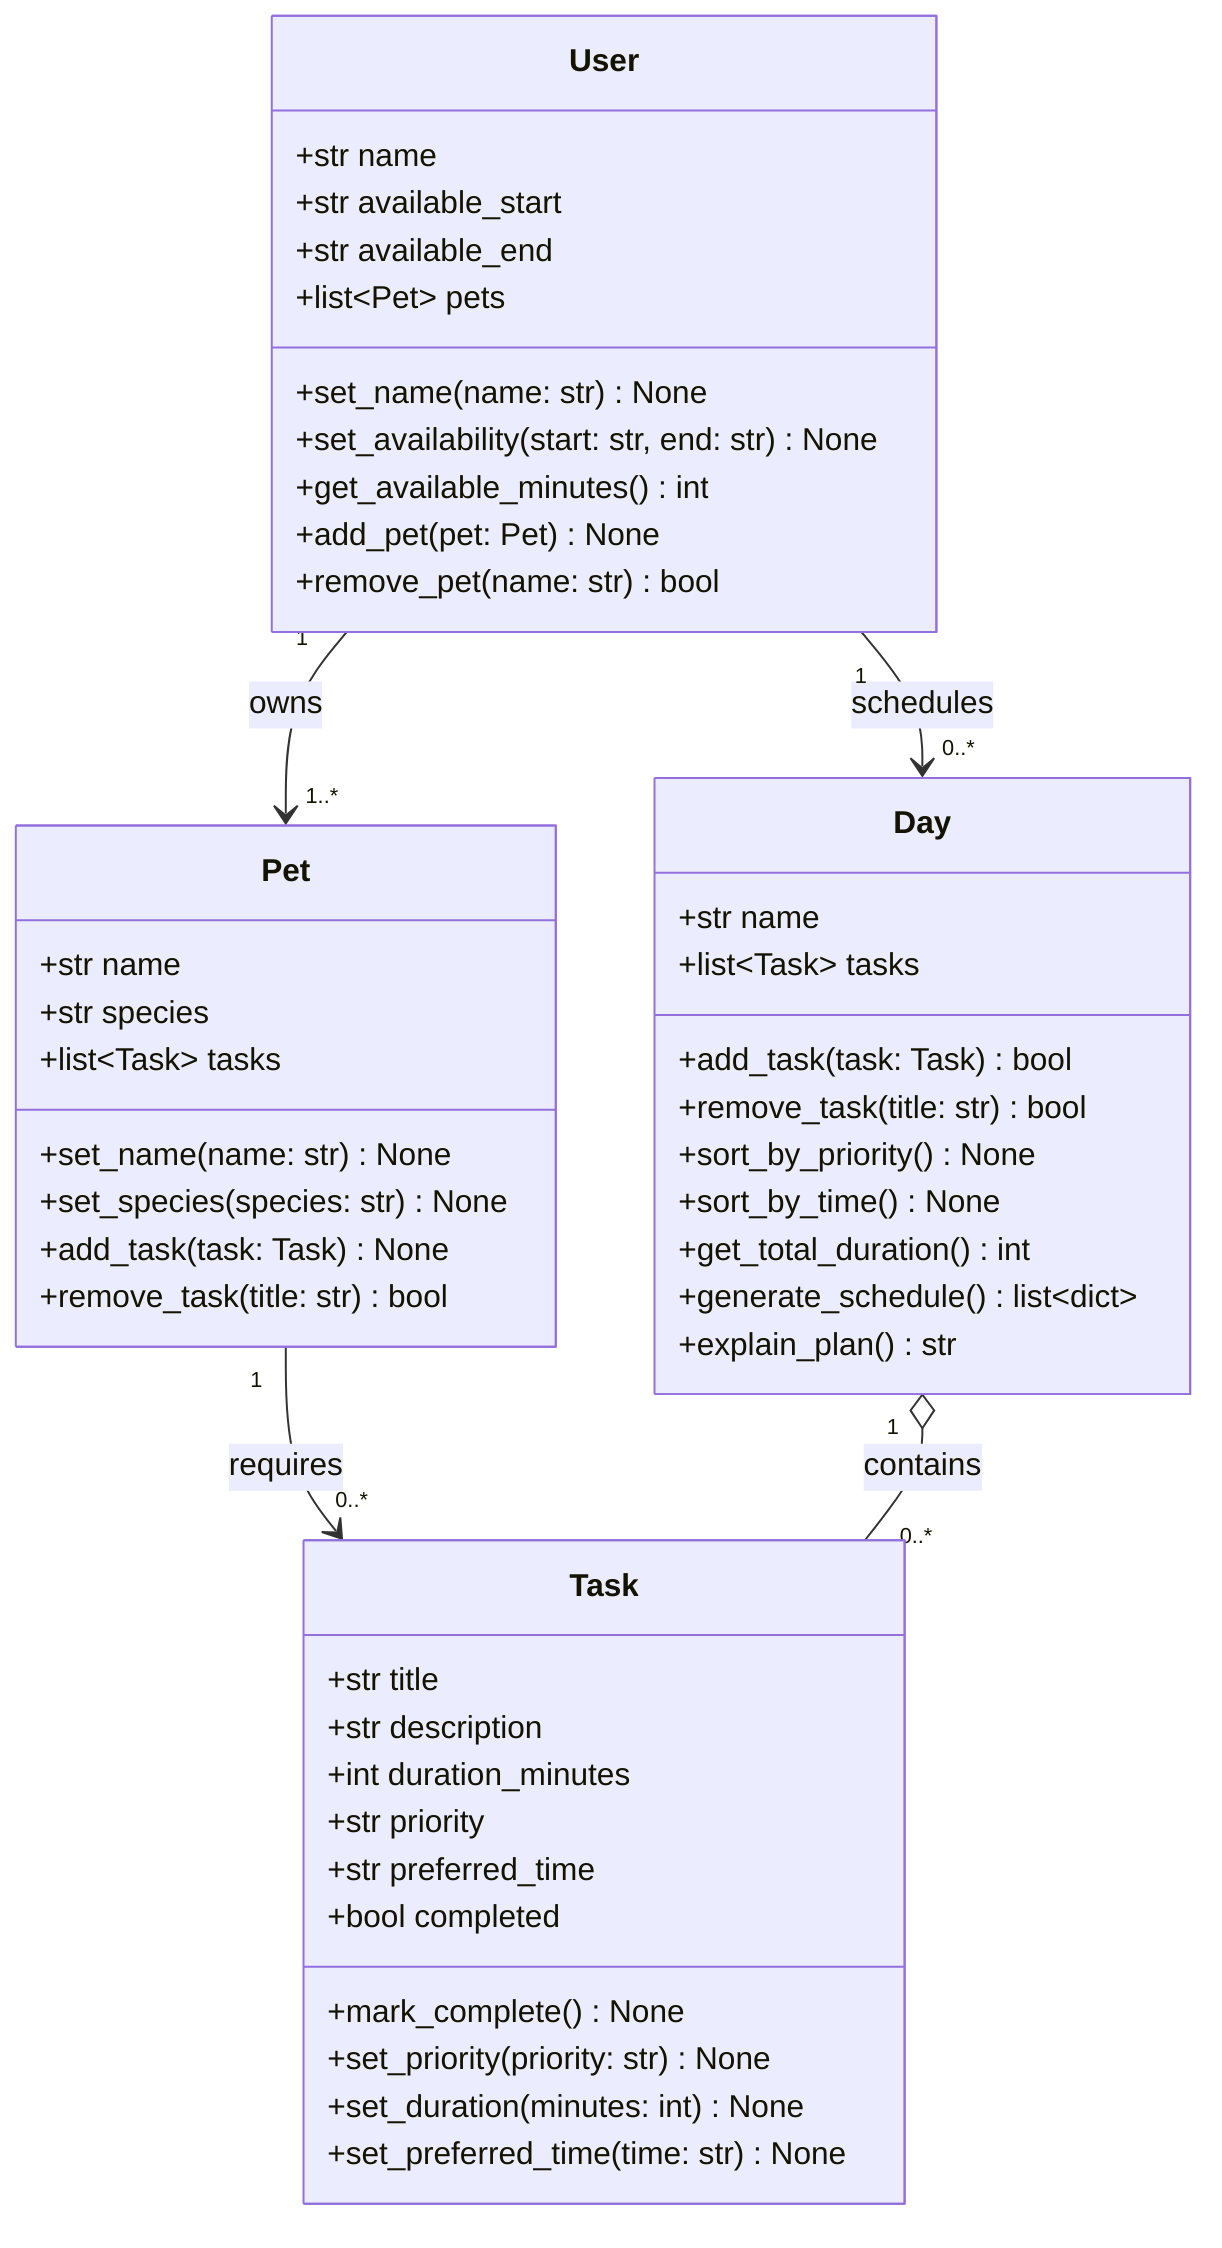
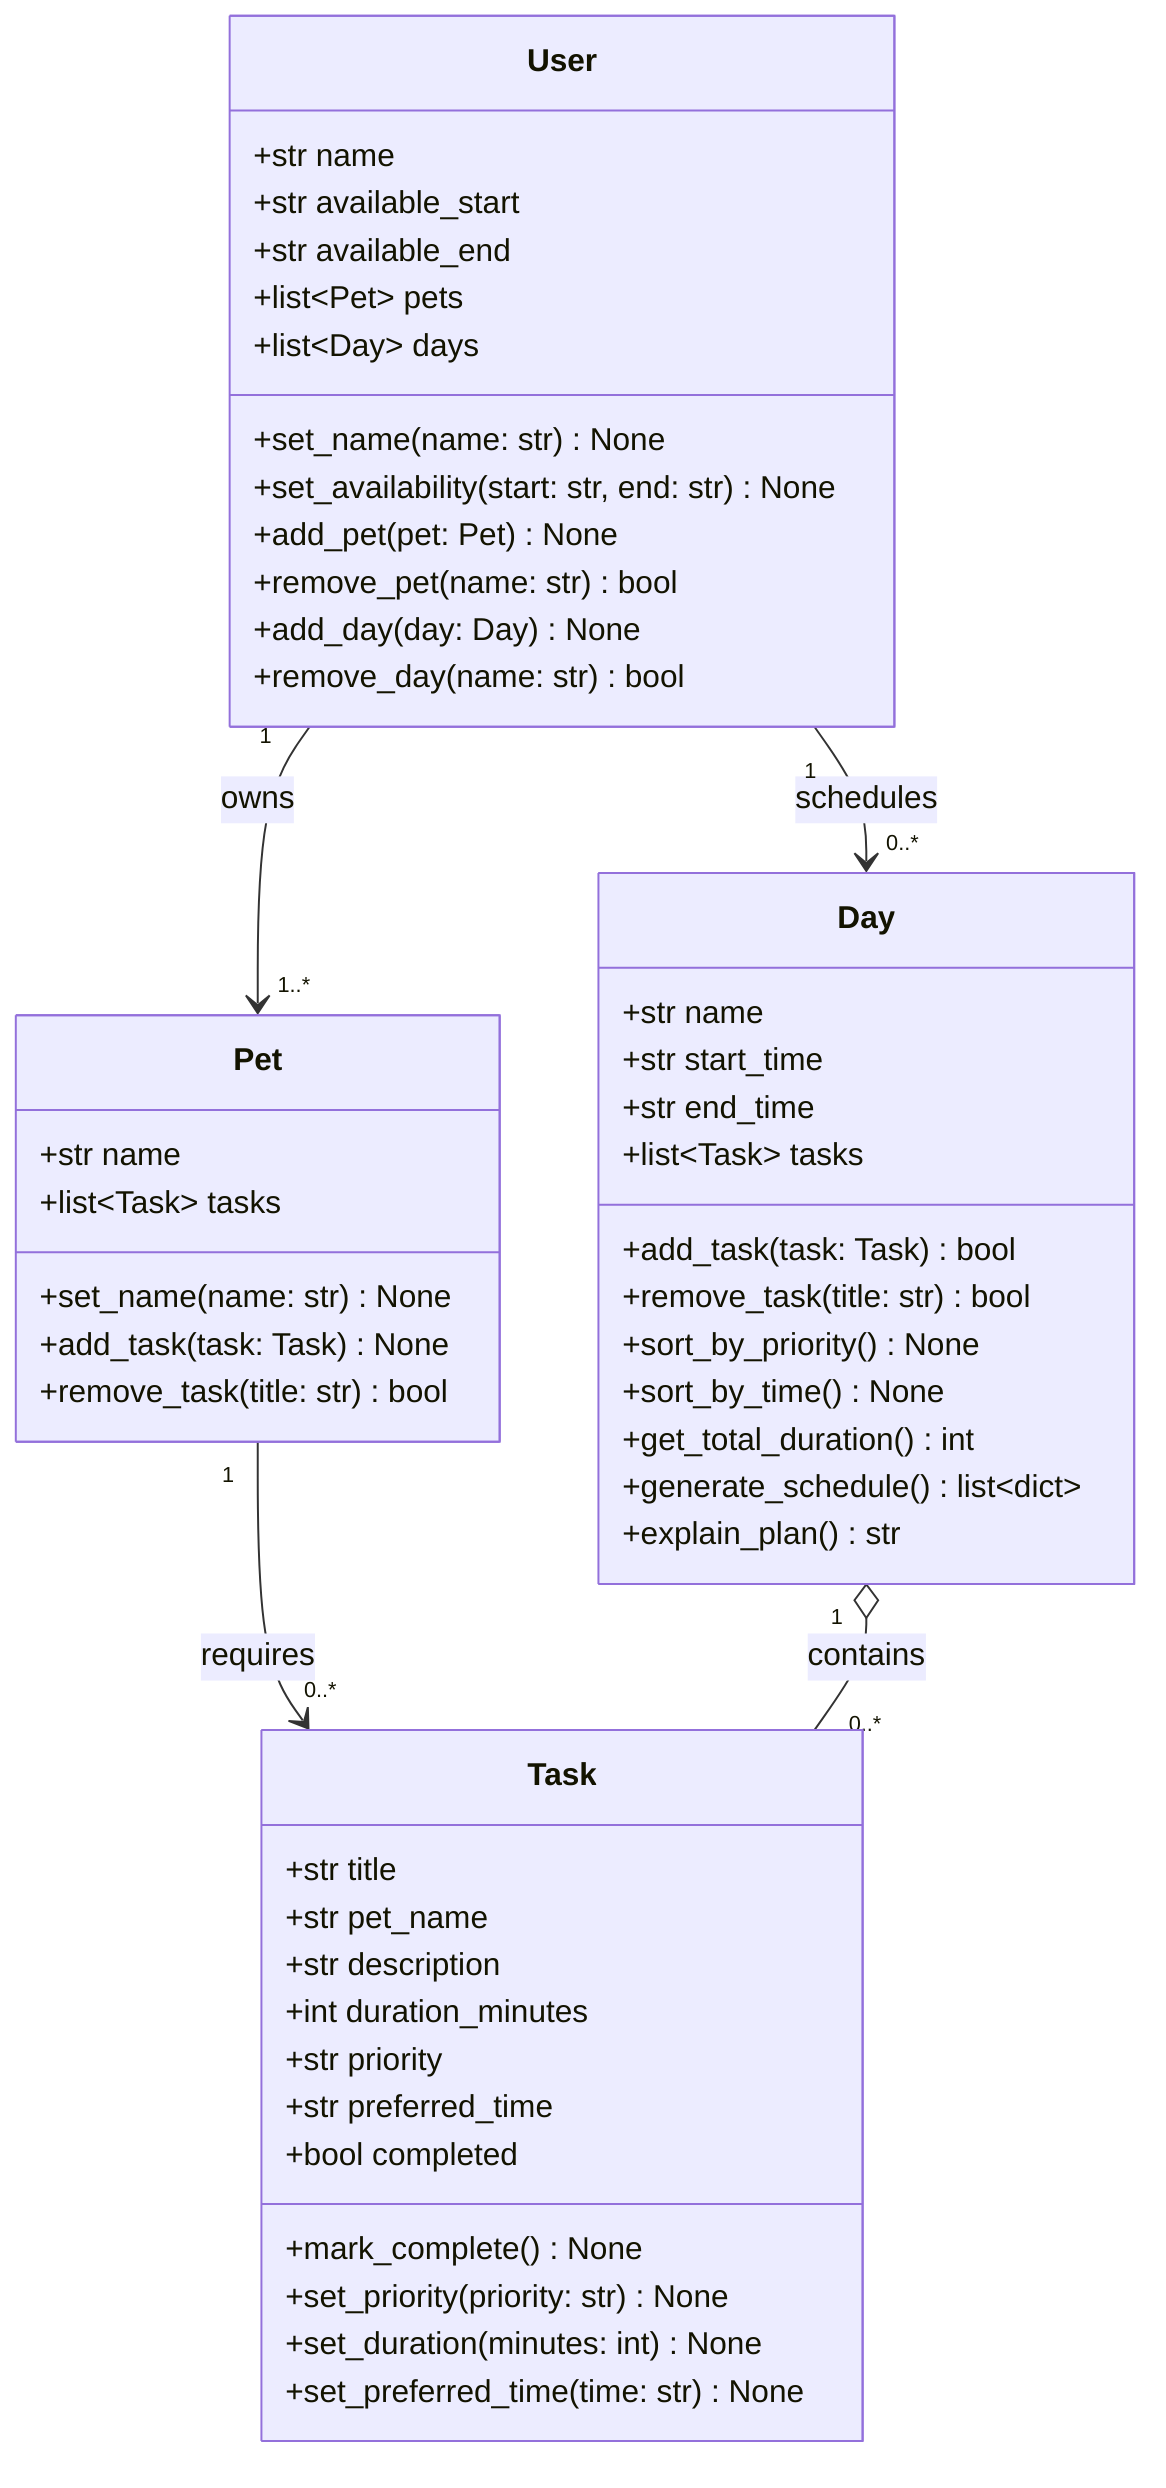
classDiagram
    class User {
        +str name
        +str available_start
        +str available_end
        +list~Pet~ pets
+         +list~Day~ days
        +set_name(name: str) None
        +set_availability(start: str, end: str) None
-         +get_available_minutes() int
        +add_pet(pet: Pet) None
        +remove_pet(name: str) bool
+         +add_day(day: Day) None
+         +remove_day(name: str) bool
    }

    class Pet {
        +str name
-         +str species
        +list~Task~ tasks
        +set_name(name: str) None
-         +set_species(species: str) None
        +add_task(task: Task) None
        +remove_task(title: str) bool
    }

    class Task {
        +str title
+         +str pet_name
        +str description
        +int duration_minutes
        +str priority
        +str preferred_time
        +bool completed
        +mark_complete() None
        +set_priority(priority: str) None
        +set_duration(minutes: int) None
        +set_preferred_time(time: str) None
    }

    class Day {
        +str name
+         +str start_time
+         +str end_time
        +list~Task~ tasks
        +add_task(task: Task) bool
        +remove_task(title: str) bool
        +sort_by_priority() None
        +sort_by_time() None
        +get_total_duration() int
        +generate_schedule() list~dict~
        +explain_plan() str
    }

    User "1" --> "1..*" Pet : owns
+     User "1" --> "0..*" Day : schedules
    Pet "1" --> "0..*" Task : requires
    Day "1" o-- "0..*" Task : contains
-     User "1" --> "0..*" Day : schedules
